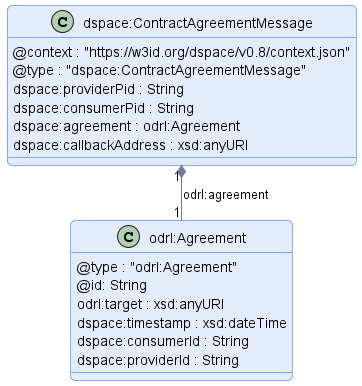
Above: negotiation/message/diagram/contract-agreement-message.png in International-Data-Spaces-Association/ids-specification (PlantUML), before the change. Source of this version:
```plantuml
@startuml "contract-agreement-message"
!pragma layout smetana

!include ../../../common/style/diagram.styles.puml

hide empty description


class "dspace:ContractAgreementMessage" {
    @context : "https://w3id.org/dspace/v0.8/context.json"
    @type : "dspace:ContractAgreementMessage"
    dspace:providerPid : String
    dspace:consumerPid : String
    dspace:agreement : odrl:Agreement
    dspace:callbackAddress : xsd:anyURI
}

class odrl:Agreement {
    @type : "odrl:Agreement"
    @id: String
    odrl:target : xsd:anyURI
    dspace:timestamp : xsd:dateTime
    dspace:consumerId : String
    dspace:providerId : String
}

"dspace:ContractAgreementMessage" "1" *-- "1" "odrl:Agreement" : "odrl:agreement"

@enduml
```
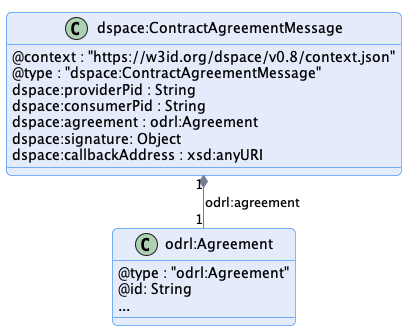
After the commit.

Commit message:
adopt agreement-msg and agreement-verification-msg to the new pattern

Change to the diagram source:
```diff
@@ -12,16 +12,14 @@
     dspace:providerPid : String
     dspace:consumerPid : String
     dspace:agreement : odrl:Agreement
+    dspace:signature: Object
     dspace:callbackAddress : xsd:anyURI
 }
 
 class odrl:Agreement {
     @type : "odrl:Agreement"
     @id: String
-    odrl:target : xsd:anyURI
-    dspace:timestamp : xsd:dateTime
-    dspace:consumerId : String
-    dspace:providerId : String
+    ...
 }
 
 "dspace:ContractAgreementMessage" "1" *-- "1" "odrl:Agreement" : "odrl:agreement"
```
